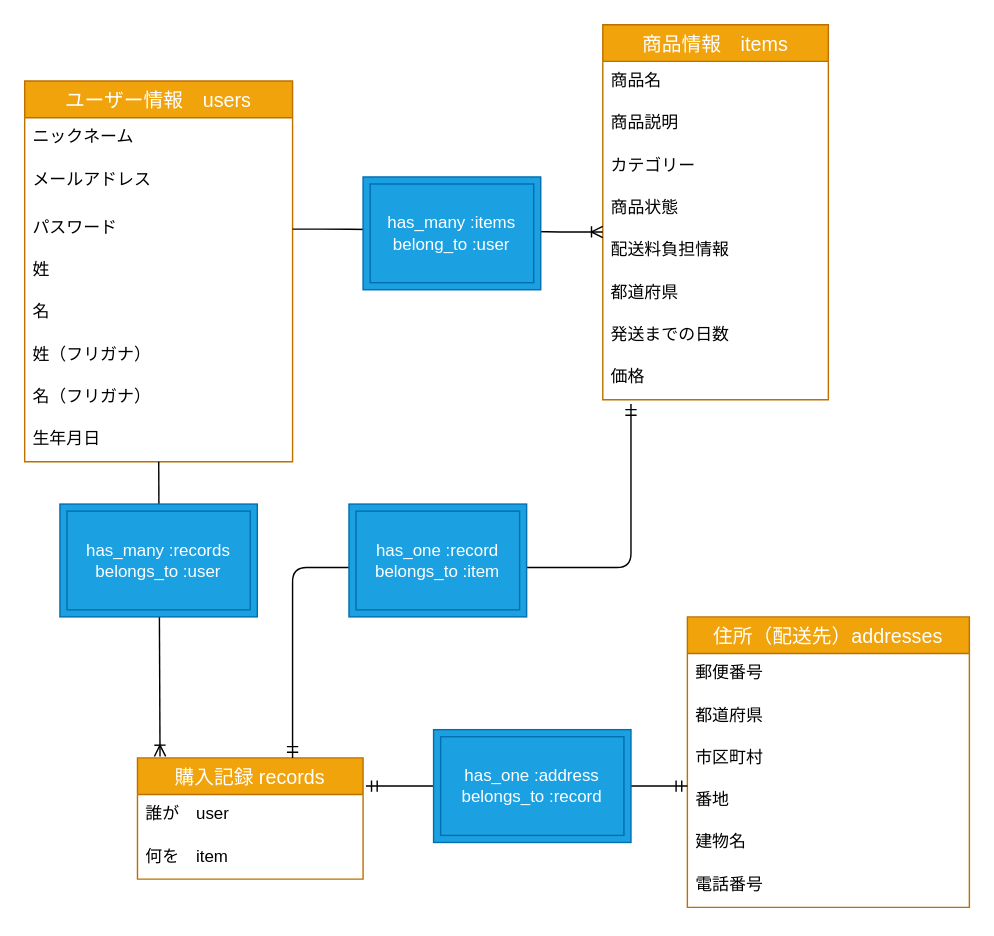
Earlier version of the draw.io diagram ER図.dio (yurika-git/furima-30976). Source tidied: cells renumbered, new cells numbered last; positions are measured from the earlier drawing's top-left corner, leaving out a move shared by most shapes. Both pictures are drawn from the tidied source at 141%, with x=0, y=0 at pixel (24, 24).
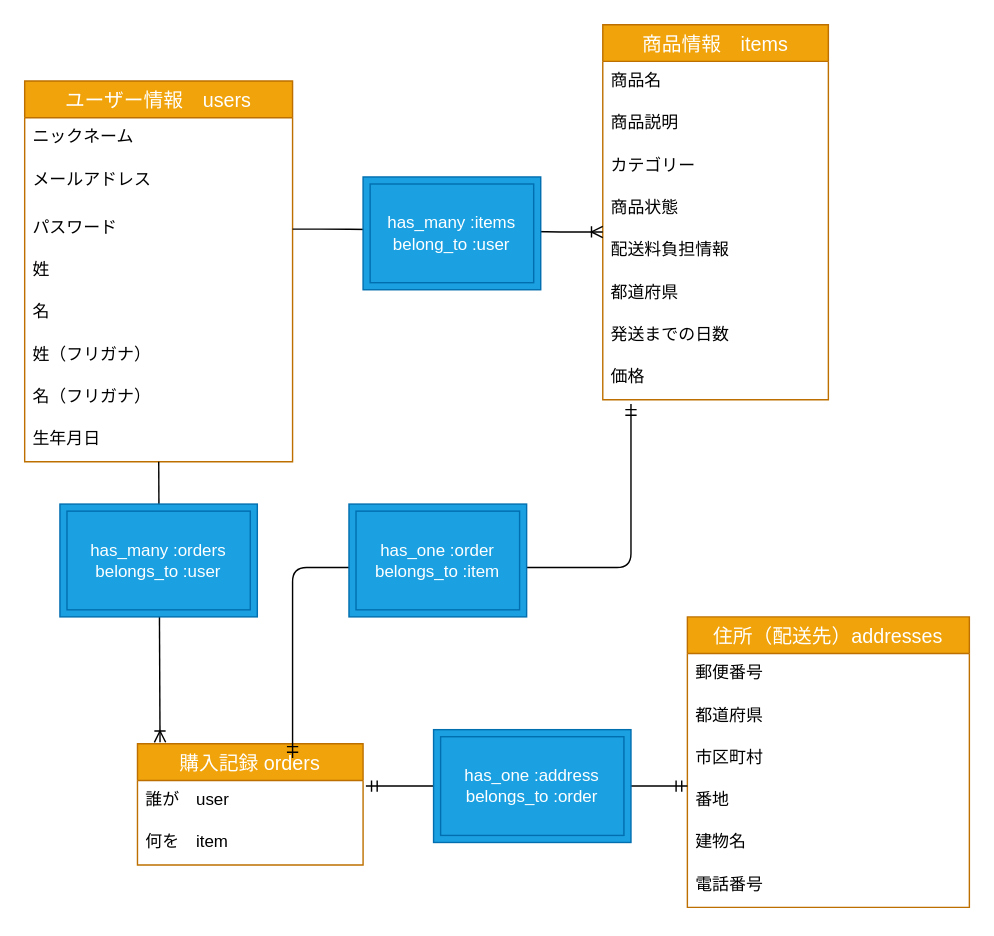
Above is the later version.

Commit message (it also covers changes not shown here):
ordersテーブルに名称変更

The edit, as a diff of the source:
```diff
@@
-    <mxCell id="20" value="購入記録 records" style="swimlane;fontStyle=0;horizontal=1;startSize=26;align=center;fontSize=14;fillColor=#f0a30a;strokeColor=#BD7000;fontColor=#ffffff;" parent="1" vertex="1">
-      <mxGeometry x="80" y="520" width="160" height="86" as="geometry" />
+    <mxCell id="20" value="&#10;&#10;購入記録 orders&#10;&#10;" style="swimlane;fontStyle=0;horizontal=1;startSize=26;align=center;fontSize=14;fillColor=#f0a30a;strokeColor=#BD7000;fontColor=#ffffff;" parent="1" vertex="1">
+      <mxGeometry x="80" y="510" width="160" height="86" as="geometry" />
     </mxCell>
@@
-    <mxCell id="35" value="has_one :record&lt;br&gt;belongs_to :item" style="shape=ext;margin=3;double=1;whiteSpace=wrap;html=1;align=center;fillColor=#1ba1e2;strokeColor=#006EAF;fontColor=#ffffff;" parent="1" vertex="1">
+    <mxCell id="35" value="has_one :order&lt;br&gt;belongs_to :item" style="shape=ext;margin=3;double=1;whiteSpace=wrap;html=1;align=center;fillColor=#1ba1e2;strokeColor=#006EAF;fontColor=#ffffff;" parent="1" vertex="1">
       <mxGeometry x="230" y="340" width="126" height="80" as="geometry" />
     </mxCell>
-    <mxCell id="36" value="has_many :records&lt;br&gt;belongs_to :user" style="shape=ext;margin=3;double=1;whiteSpace=wrap;html=1;align=center;fillColor=#1ba1e2;strokeColor=#006EAF;fontColor=#ffffff;" parent="1" vertex="1">
+    <mxCell id="36" value="has_many :orders&lt;br&gt;belongs_to :user" style="shape=ext;margin=3;double=1;whiteSpace=wrap;html=1;align=center;fillColor=#1ba1e2;strokeColor=#006EAF;fontColor=#ffffff;" parent="1" vertex="1">
       <mxGeometry x="25" y="340" width="140" height="80" as="geometry" />
     </mxCell>
-    <mxCell id="37" value="has_one :address&lt;br&gt;belongs_to :record" style="shape=ext;margin=3;double=1;whiteSpace=wrap;html=1;align=center;fillColor=#1ba1e2;strokeColor=#006EAF;fontColor=#ffffff;" parent="1" vertex="1">
+    <mxCell id="37" value="has_one :address&lt;br&gt;belongs_to :order" style="shape=ext;margin=3;double=1;whiteSpace=wrap;html=1;align=center;fillColor=#1ba1e2;strokeColor=#006EAF;fontColor=#ffffff;" parent="1" vertex="1">
       <mxGeometry x="290" y="500" width="140" height="80" as="geometry" />
     </mxCell>
```
